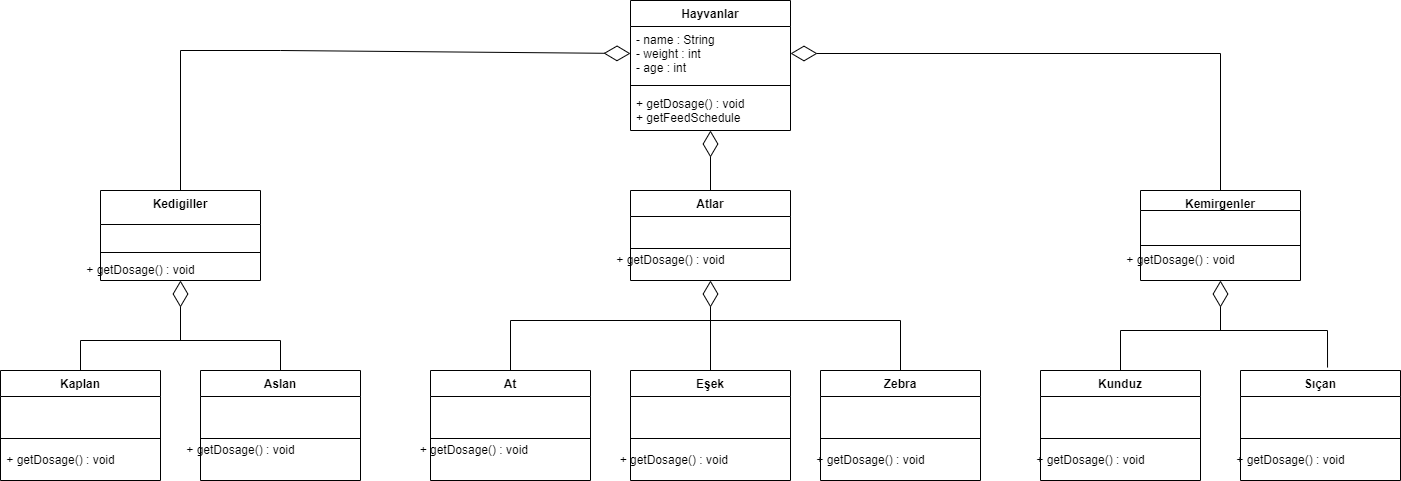
berkebeysi/Java101 keeps this draw.io diagram as ZooManagementSystem.drawio.png. Above is the earlier version. Source tidied: cells renumbered, new cells last; positions are measured from the earlier drawing's top-left corner, leaving out a move shared by most shapes.
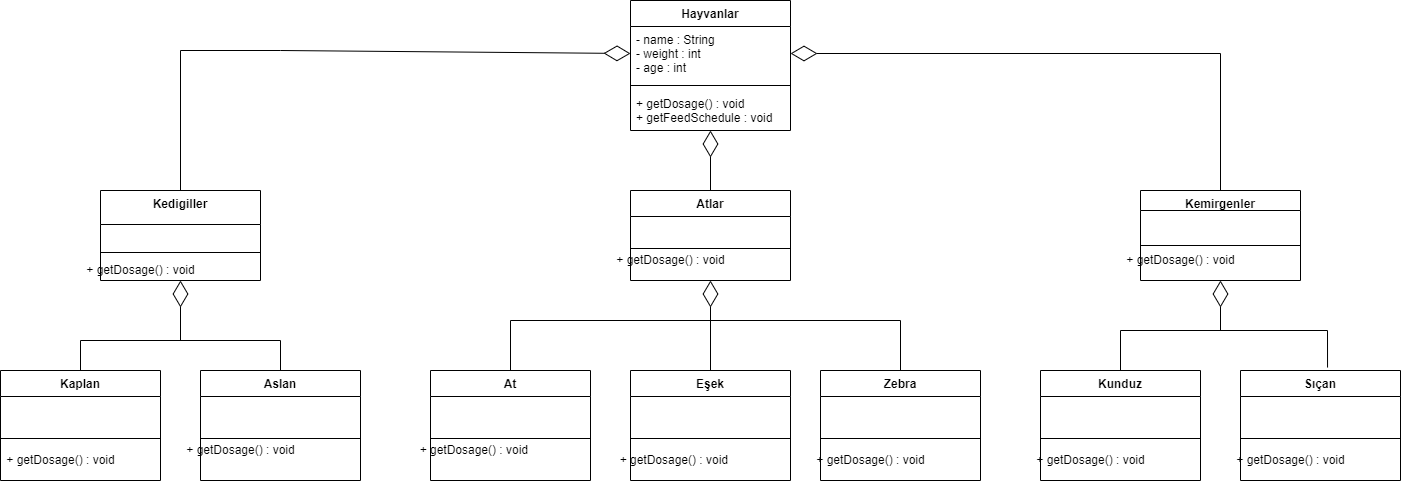
The same file after the commit.

Change to the diagram source:
```diff
@@ -71,7 +71,7 @@
     <mxCell id="24" style="line;strokeWidth=1;fillColor=none;align=left;verticalAlign=middle;spacingTop=-1;spacingLeft=3;spacingRight=3;labelPosition=right;" parent="22" vertex="1">
       <mxGeometry y="80" width="160" height="10" as="geometry" />
     </mxCell>
-    <mxCell id="25" value="+ getDosage() : void&#10;+ getFeedSchedule" style="text;strokeColor=none;fillColor=none;align=left;verticalAlign=top;spacingLeft=4;spacingRight=4;overflow=hidden;" parent="22" vertex="1">
+    <mxCell id="25" value="+ getDosage() : void&#10;+ getFeedSchedule : void" style="text;strokeColor=none;fillColor=none;align=left;verticalAlign=top;spacingLeft=4;spacingRight=4;overflow=hidden;" parent="22" vertex="1">
       <mxGeometry y="90" width="160" height="40" as="geometry" />
     </mxCell>
     <mxCell id="26" style="endArrow=diamondThin;endFill=0;endSize=24;html=1;rounded=0;exitX=0.5;exitY=0;exitDx=0;exitDy=0;" parent="1" edge="1" source="20">
```
